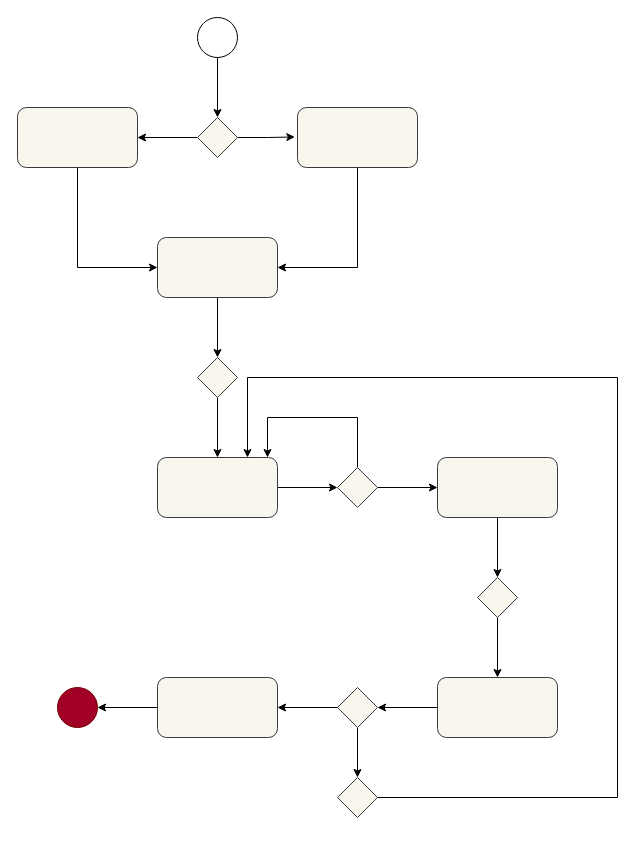
Before: processes/processTesting.drawio in dmr4eg/wikiTesting, a draw.io diagram. Source tidied: cells renumbered, new cells numbered last; positions are measured from the earlier drawing's top-left corner, leaving out a move shared by most shapes. Both pictures are drawn from the tidied source at 100%, with x=0, y=0 at pixel (17, 17).
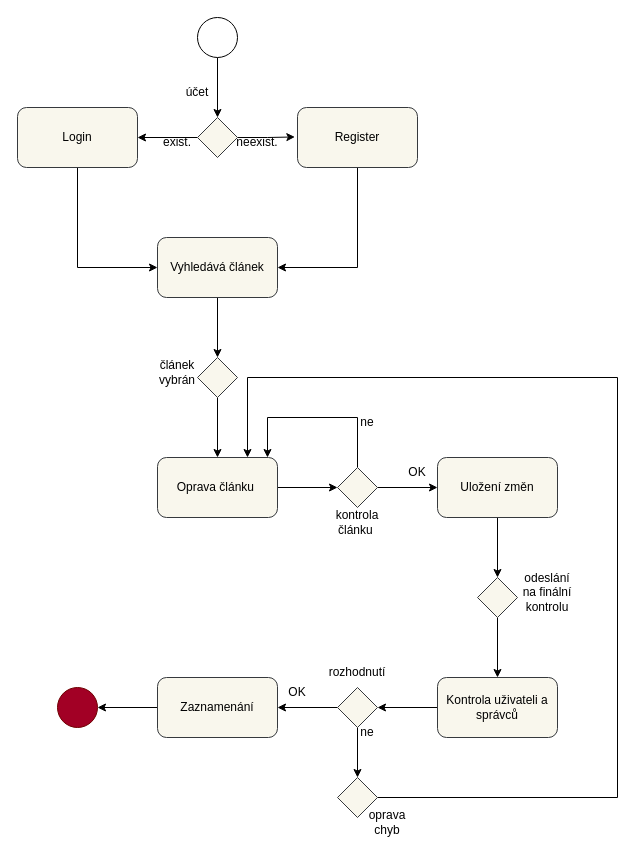
Above is the later version.

What changed in the source:
```diff
@@
-    <mxCell id="8" style="rounded=1;whiteSpace=wrap;html=1;fillColor=#f9f7ed;strokeColor=#36393d;" parent="1" vertex="1">
+    <mxCell id="8" value="&lt;font color=&quot;#000000&quot;&gt;Register&lt;/font&gt;" style="rounded=1;whiteSpace=wrap;html=1;fillColor=#f9f7ed;strokeColor=#36393d;" parent="1" vertex="1">
       <mxGeometry x="280" y="90" width="120" height="60" as="geometry" />
     </mxCell>
@@
-    <mxCell id="10" style="rounded=1;whiteSpace=wrap;html=1;fillColor=#f9f7ed;strokeColor=#36393d;" parent="1" vertex="1">
+    <mxCell id="10" value="&lt;font color=&quot;#000000&quot;&gt;Login&lt;/font&gt;" style="rounded=1;whiteSpace=wrap;html=1;fillColor=#f9f7ed;strokeColor=#36393d;" parent="1" vertex="1">
       <mxGeometry y="90" width="120" height="60" as="geometry" />
     </mxCell>
@@
-    <mxCell id="12" style="rounded=1;whiteSpace=wrap;html=1;fillColor=#f9f7ed;strokeColor=#36393d;" parent="1" vertex="1">
+    <mxCell id="12" value="&lt;font color=&quot;#000000&quot;&gt;Vyhledává článek&lt;/font&gt;" style="rounded=1;whiteSpace=wrap;html=1;fillColor=#f9f7ed;strokeColor=#36393d;" parent="1" vertex="1">
       <mxGeometry x="140" y="220" width="120" height="60" as="geometry" />
     </mxCell>
@@
-    <mxCell id="16" style="rounded=1;whiteSpace=wrap;html=1;fillColor=#f9f7ed;strokeColor=#36393d;" parent="1" vertex="1">
+    <mxCell id="16" value="&lt;font color=&quot;#000000&quot;&gt;Oprava článku&lt;/font&gt;&amp;nbsp;" style="rounded=1;whiteSpace=wrap;html=1;fillColor=#f9f7ed;strokeColor=#36393d;" parent="1" vertex="1">
       <mxGeometry x="140" y="440" width="120" height="60" as="geometry" />
     </mxCell>
@@
-    <mxCell id="21" style="rounded=1;whiteSpace=wrap;html=1;fillColor=#f9f7ed;strokeColor=#36393d;" parent="1" vertex="1">
+    <mxCell id="21" value="&lt;font color=&quot;#000000&quot;&gt;Uložení změn&lt;/font&gt;" style="rounded=1;whiteSpace=wrap;html=1;fillColor=#f9f7ed;strokeColor=#36393d;" parent="1" vertex="1">
       <mxGeometry x="420" y="440" width="120" height="60" as="geometry" />
     </mxCell>
@@
-    <mxCell id="25" style="rounded=1;whiteSpace=wrap;html=1;fillColor=#f9f7ed;strokeColor=#36393d;" parent="1" vertex="1">
+    <mxCell id="25" value="&lt;font color=&quot;#000000&quot;&gt;Kontrola uživateli a správců&lt;/font&gt;" style="rounded=1;whiteSpace=wrap;html=1;fillColor=#f9f7ed;strokeColor=#36393d;" parent="1" vertex="1">
       <mxGeometry x="420" y="660" width="120" height="60" as="geometry" />
     </mxCell>
@@
-    <mxCell id="30" style="rounded=1;whiteSpace=wrap;html=1;fillColor=#f9f7ed;strokeColor=#36393d;" parent="1" vertex="1">
+    <mxCell id="30" value="&lt;font color=&quot;#000000&quot;&gt;Zaznamenání&lt;/font&gt;" style="rounded=1;whiteSpace=wrap;html=1;fillColor=#f9f7ed;strokeColor=#36393d;" parent="1" vertex="1">
       <mxGeometry x="140" y="660" width="120" height="60" as="geometry" />
     </mxCell>
@@
+    <mxCell id="34" value="účet" style="text;html=1;strokeColor=none;fillColor=none;align=center;verticalAlign=middle;whiteSpace=wrap;rounded=0;" parent="1" vertex="1">
+      <mxGeometry x="150" y="60" width="60" height="30" as="geometry" />
+    </mxCell>
+    <mxCell id="35" value="exist." style="text;html=1;strokeColor=none;fillColor=none;align=center;verticalAlign=middle;whiteSpace=wrap;rounded=0;" parent="1" vertex="1">
+      <mxGeometry x="130" y="110" width="60" height="30" as="geometry" />
+    </mxCell>
+    <mxCell id="36" value="neexist." style="text;html=1;strokeColor=none;fillColor=none;align=center;verticalAlign=middle;whiteSpace=wrap;rounded=0;" parent="1" vertex="1">
+      <mxGeometry x="210" y="110" width="60" height="30" as="geometry" />
+    </mxCell>
+    <mxCell id="37" value="článek vybrán" style="text;html=1;strokeColor=none;fillColor=none;align=center;verticalAlign=middle;whiteSpace=wrap;rounded=0;" parent="1" vertex="1">
+      <mxGeometry x="130" y="340" width="60" height="30" as="geometry" />
+    </mxCell>
+    <mxCell id="38" value="kontrola článku&amp;nbsp;" style="text;html=1;strokeColor=none;fillColor=none;align=center;verticalAlign=middle;whiteSpace=wrap;rounded=0;" parent="1" vertex="1">
+      <mxGeometry x="310" y="490" width="60" height="30" as="geometry" />
+    </mxCell>
+    <mxCell id="39" value="OK" style="text;html=1;strokeColor=none;fillColor=none;align=center;verticalAlign=middle;whiteSpace=wrap;rounded=0;" parent="1" vertex="1">
+      <mxGeometry x="370" y="440" width="60" height="30" as="geometry" />
+    </mxCell>
+    <mxCell id="40" value="ne" style="text;html=1;strokeColor=none;fillColor=none;align=center;verticalAlign=middle;whiteSpace=wrap;rounded=0;" parent="1" vertex="1">
+      <mxGeometry x="320" y="390" width="60" height="30" as="geometry" />
+    </mxCell>
+    <mxCell id="41" value="odeslání na finální kontrolu" style="text;html=1;strokeColor=none;fillColor=none;align=center;verticalAlign=middle;whiteSpace=wrap;rounded=0;" parent="1" vertex="1">
+      <mxGeometry x="500" y="560" width="60" height="30" as="geometry" />
+    </mxCell>
+    <mxCell id="42" value="rozhodnutí" style="text;html=1;strokeColor=none;fillColor=none;align=center;verticalAlign=middle;whiteSpace=wrap;rounded=0;" parent="1" vertex="1">
+      <mxGeometry x="310" y="640" width="60" height="30" as="geometry" />
+    </mxCell>
+    <mxCell id="43" value="OK" style="text;html=1;strokeColor=none;fillColor=none;align=center;verticalAlign=middle;whiteSpace=wrap;rounded=0;" parent="1" vertex="1">
+      <mxGeometry x="250" y="660" width="60" height="30" as="geometry" />
+    </mxCell>
+    <mxCell id="44" value="ne" style="text;html=1;strokeColor=none;fillColor=none;align=center;verticalAlign=middle;whiteSpace=wrap;rounded=0;" parent="1" vertex="1">
+      <mxGeometry x="320" y="700" width="60" height="30" as="geometry" />
+    </mxCell>
+    <mxCell id="45" value="oprava chyb" style="text;html=1;strokeColor=none;fillColor=none;align=center;verticalAlign=middle;whiteSpace=wrap;rounded=0;" parent="1" vertex="1">
+      <mxGeometry x="340" y="790" width="60" height="30" as="geometry" />
+    </mxCell>
```
